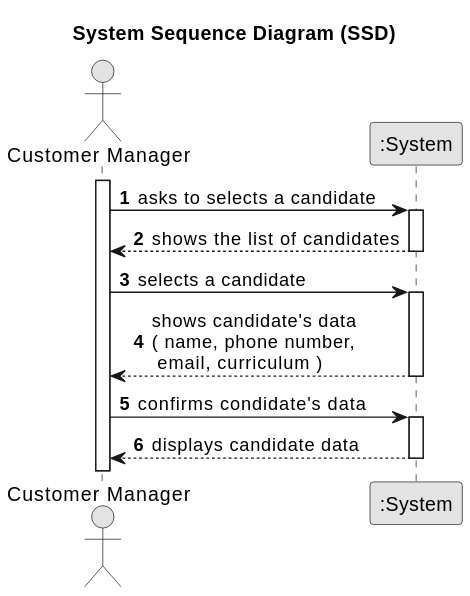
MiguelCardoso77/LAPR4 keeps this PlantUML diagram as docs/SprintB/1006/1006-system-sequence-diagram.svg. Above is the earlier version.
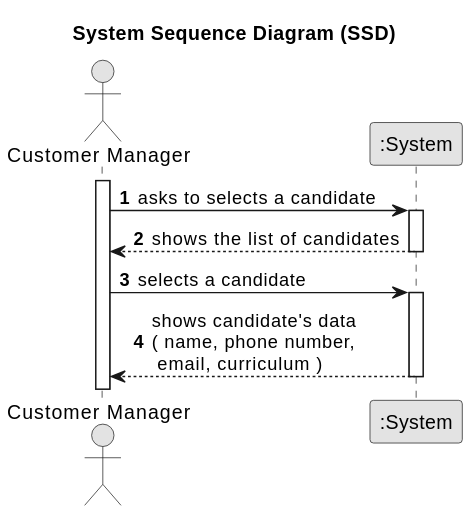
Later version of the same file.

What changed in the source:
```diff
@@ -24,12 +24,5 @@
        System --> CM : shows candidate's data \n( name, phone number, \n email, curriculum )
     deactivate System
 
-    CM -> System : confirms condidate's data
-    activate System
 
-        System --> CM :displays candidate data
-    deactivate System
-
-
-        deactivate System
 @enduml
```
